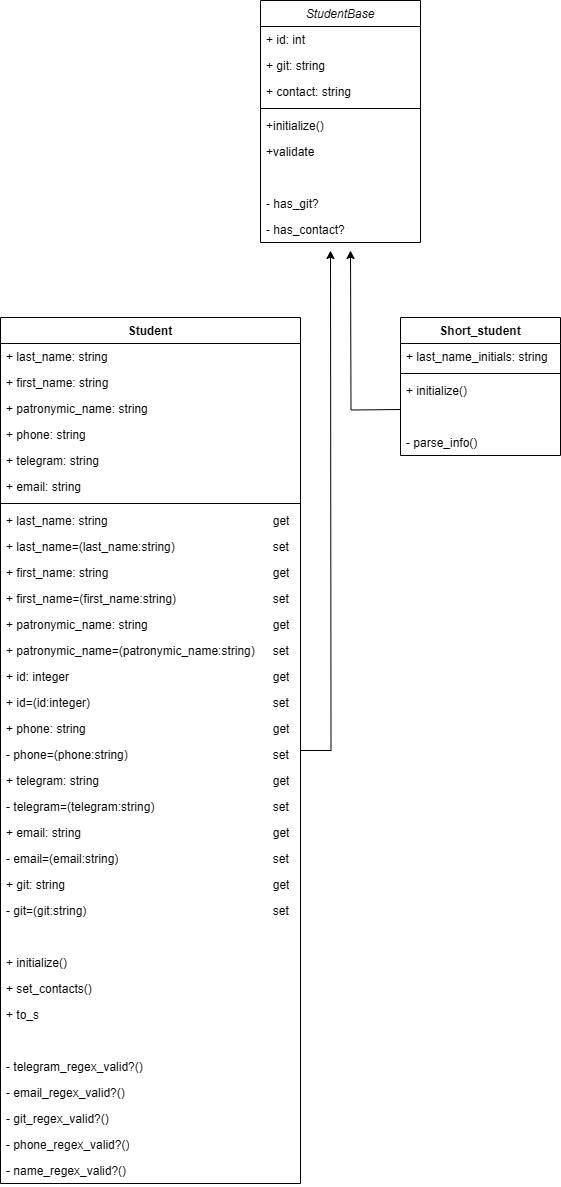
Earlier version of the draw.io export (lab2) Students/UML_student.png (Deathlimit/Design-Patterns). Source tidied: cells renumbered, new cells last; positions are measured from the earlier drawing's top-left corner, leaving out a move shared by most shapes.
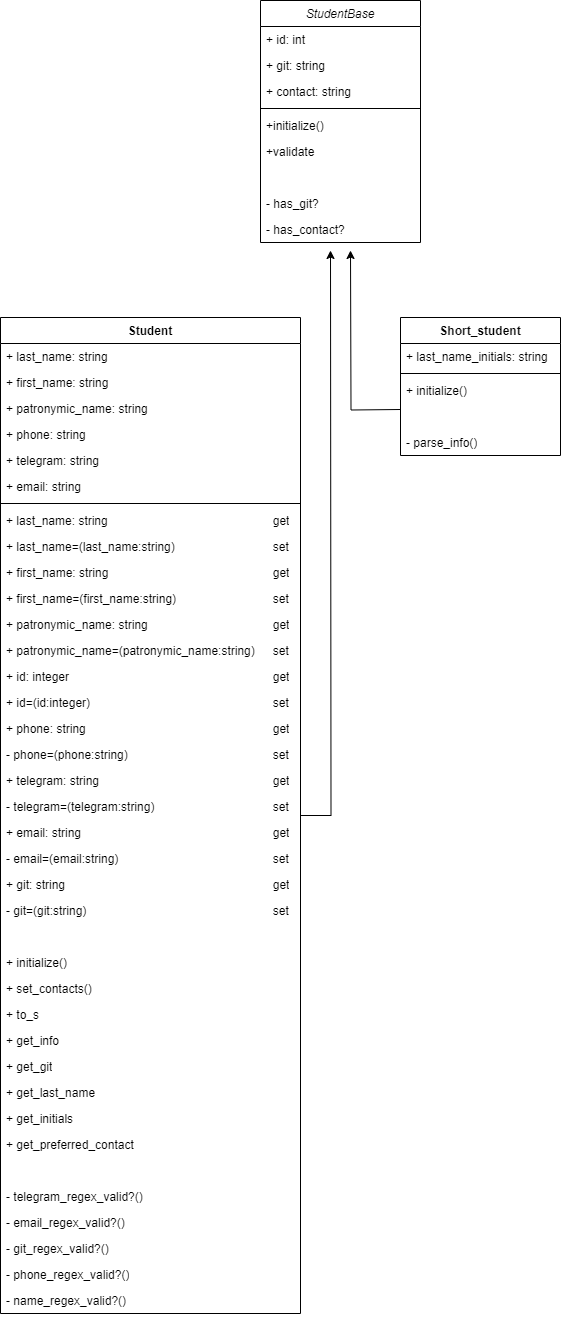
Above is the later version.

Commit message:
(lab2) fixed UML diagram

What changed in the source:
```diff
@@ -3,7 +3,7 @@
     <mxCell id="0" />
     <mxCell id="1" parent="0" />
     <mxCell id="2" value="Student" style="swimlane;fontStyle=1;align=center;verticalAlign=top;horizontal=1;startSize=26;whiteSpace=wrap;html=1;" parent="1" vertex="1">
-      <mxGeometry y="317" width="300" height="866" as="geometry" />
+      <mxGeometry y="317" width="300" height="996" as="geometry" />
     </mxCell>
     <mxCell id="3" value="+ last_name: string" style="text;strokeColor=none;fillColor=none;align=left;verticalAlign=top;spacingLeft=4;spacingRight=4;overflow=hidden;whiteSpace=wrap;html=1;" parent="2" vertex="1">
       <mxGeometry y="26" width="300" height="26" as="geometry" />
@@ -86,23 +86,38 @@
     <mxCell id="29" value="+ to_s" style="text;strokeColor=none;fillColor=none;align=left;verticalAlign=top;spacingLeft=4;spacingRight=4;overflow=hidden;whiteSpace=wrap;html=1;" parent="2" vertex="1">
       <mxGeometry y="684" width="300" height="26" as="geometry" />
     </mxCell>
-    <mxCell id="30" style="text;strokeColor=none;fillColor=none;align=left;verticalAlign=top;spacingLeft=4;spacingRight=4;overflow=hidden;whiteSpace=wrap;html=1;" parent="2" vertex="1">
+    <mxCell id="30" value="+ get_info" style="text;strokeColor=none;fillColor=none;align=left;verticalAlign=top;spacingLeft=4;spacingRight=4;overflow=hidden;whiteSpace=wrap;html=1;" parent="2" vertex="1">
       <mxGeometry y="710" width="300" height="26" as="geometry" />
     </mxCell>
+    <mxCell id="54" value="+&amp;nbsp;get_git" style="text;strokeColor=none;fillColor=none;align=left;verticalAlign=top;spacingLeft=4;spacingRight=4;overflow=hidden;whiteSpace=wrap;html=1;" parent="2" vertex="1">
+      <mxGeometry y="736" width="300" height="26" as="geometry" />
+    </mxCell>
+    <mxCell id="55" value="+&amp;nbsp;get_last_name" style="text;strokeColor=none;fillColor=none;align=left;verticalAlign=top;spacingLeft=4;spacingRight=4;overflow=hidden;whiteSpace=wrap;html=1;" parent="2" vertex="1">
+      <mxGeometry y="762" width="300" height="26" as="geometry" />
+    </mxCell>
+    <mxCell id="56" value="+&amp;nbsp;get_initials" style="text;strokeColor=none;fillColor=none;align=left;verticalAlign=top;spacingLeft=4;spacingRight=4;overflow=hidden;whiteSpace=wrap;html=1;" parent="2" vertex="1">
+      <mxGeometry y="788" width="300" height="26" as="geometry" />
+    </mxCell>
+    <mxCell id="57" value="+&amp;nbsp;get_preferred_contact" style="text;strokeColor=none;fillColor=none;align=left;verticalAlign=top;spacingLeft=4;spacingRight=4;overflow=hidden;whiteSpace=wrap;html=1;" parent="2" vertex="1">
+      <mxGeometry y="814" width="300" height="26" as="geometry" />
+    </mxCell>
+    <mxCell id="58" style="text;strokeColor=none;fillColor=none;align=left;verticalAlign=top;spacingLeft=4;spacingRight=4;overflow=hidden;whiteSpace=wrap;html=1;" parent="2" vertex="1">
+      <mxGeometry y="840" width="300" height="26" as="geometry" />
+    </mxCell>
     <mxCell id="31" value="- telegram_regex_valid?()" style="text;strokeColor=none;fillColor=none;align=left;verticalAlign=top;spacingLeft=4;spacingRight=4;overflow=hidden;whiteSpace=wrap;html=1;" parent="2" vertex="1">
-      <mxGeometry y="736" width="300" height="26" as="geometry" />
+      <mxGeometry y="866" width="300" height="26" as="geometry" />
     </mxCell>
     <mxCell id="32" value="- email_regex_valid?()" style="text;strokeColor=none;fillColor=none;align=left;verticalAlign=top;spacingLeft=4;spacingRight=4;overflow=hidden;whiteSpace=wrap;html=1;" parent="2" vertex="1">
-      <mxGeometry y="762" width="300" height="26" as="geometry" />
+      <mxGeometry y="892" width="300" height="26" as="geometry" />
     </mxCell>
     <mxCell id="33" value="- git_regex_valid?()" style="text;strokeColor=none;fillColor=none;align=left;verticalAlign=top;spacingLeft=4;spacingRight=4;overflow=hidden;whiteSpace=wrap;html=1;" parent="2" vertex="1">
-      <mxGeometry y="788" width="300" height="26" as="geometry" />
+      <mxGeometry y="918" width="300" height="26" as="geometry" />
     </mxCell>
     <mxCell id="34" value="- phone_regex_valid?()" style="text;strokeColor=none;fillColor=none;align=left;verticalAlign=top;spacingLeft=4;spacingRight=4;overflow=hidden;whiteSpace=wrap;html=1;" parent="2" vertex="1">
-      <mxGeometry y="814" width="300" height="26" as="geometry" />
+      <mxGeometry y="944" width="300" height="26" as="geometry" />
     </mxCell>
     <mxCell id="35" value="- name_regex_valid?()" style="text;strokeColor=none;fillColor=none;align=left;verticalAlign=top;spacingLeft=4;spacingRight=4;overflow=hidden;whiteSpace=wrap;html=1;" parent="2" vertex="1">
-      <mxGeometry y="840" width="300" height="26" as="geometry" />
+      <mxGeometry y="970" width="300" height="26" as="geometry" />
     </mxCell>
     <mxCell id="36" value="Short_student" style="swimlane;fontStyle=1;align=center;verticalAlign=top;horizontal=1;startSize=26;whiteSpace=wrap;html=1;" parent="1" vertex="1">
       <mxGeometry x="400" y="317" width="160" height="138" as="geometry" />
```
